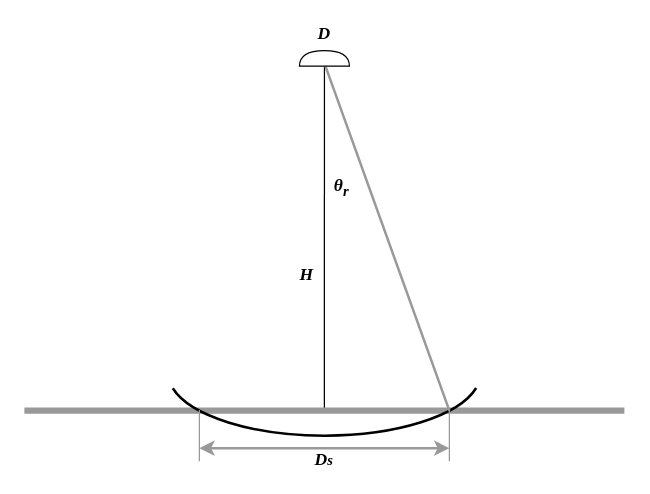
The draw.io diagram 7.2.drawio in skgiter/drawIO, before the edit. Source tidied: cells renumbered, new cells numbered last; positions are measured from the earlier drawing's top-left corner, leaving out a move shared by most shapes. Both pictures are drawn from the tidied source at 125%, with x=0, y=0 at pixel (24, 21).
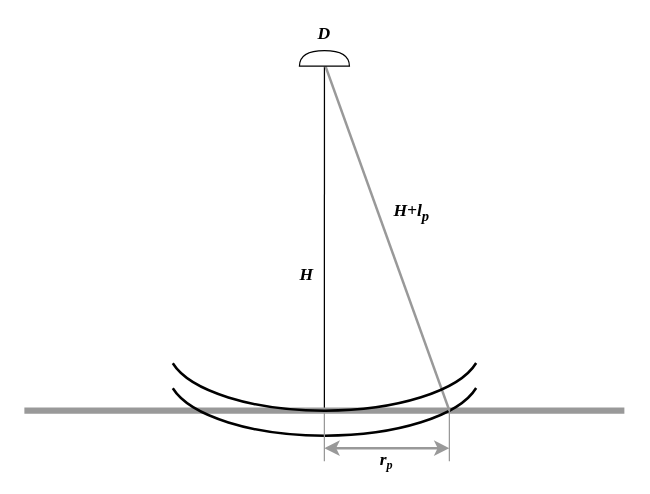
The same diagram, later.

Diff of the diagram source:
```diff
@@
 <mxGraphModel>
   <root>
     <mxCell id="0" />
     <mxCell id="1" parent="0" />
-    <mxCell id="2" style="endArrow=none;html=1;strokeWidth=1;entryX=0;entryY=0.5;entryDx=0;entryDy=0;entryPerimeter=0;exitX=0.5;exitY=0;exitDx=0;exitDy=0;" parent="1" edge="1" source="8" target="6">
+    <mxCell id="2" style="endArrow=none;html=1;strokeWidth=1;entryX=0;entryY=0.5;entryDx=0;entryDy=0;entryPerimeter=0;exitX=0;exitY=0;exitDx=0;exitDy=0;" parent="1" edge="1" source="8" target="6">
       <mxGeometry relative="1" as="geometry" />
     </mxCell>
     <mxCell id="3" style="endArrow=none;html=1;strokeWidth=5;strokeColor=#999999;" parent="1" edge="1">
       <mxGeometry relative="1" as="geometry">
         <mxPoint y="311" as="sourcePoint" />
         <mxPoint x="480" y="311" as="targetPoint" />
       </mxGeometry>
     </mxCell>
     <mxCell id="4" style="verticalLabelPosition=bottom;verticalAlign=top;html=1;shape=mxgraph.basic.arc;startAngle=0.2881918027317203;endAngle=0.7110104348113153;strokeWidth=2;" parent="1" vertex="1">
       <mxGeometry x="115" y="231" width="250" height="100" as="geometry" />
     </mxCell>
     <mxCell id="5" style="endArrow=none;html=1;strokeColor=#999999;strokeWidth=2;exitX=1;exitY=0;exitDx=0;exitDy=0;" parent="1" edge="1" source="8">
       <mxGeometry relative="1" as="geometry">
         <mxPoint x="240" y="33" as="targetPoint" />
       </mxGeometry>
     </mxCell>
     <mxCell id="6" style="shape=or;whiteSpace=wrap;html=1;strokeWidth=1;rotation=-90;" parent="1" vertex="1">
       <mxGeometry x="233.8" y="9.2" width="12.5" height="40" as="geometry" />
     </mxCell>
     <mxCell id="7" value="D" style="text;html=1;strokeColor=none;fillColor=none;align=center;verticalAlign=middle;whiteSpace=wrap;rounded=0;fontFamily=Times New Roman;fontStyle=3;fontSize=14;" parent="1" vertex="1">
       <mxGeometry x="220" width="40" height="20" as="geometry" />
     </mxCell>
     <mxCell id="8" style="shape=partialRectangle;whiteSpace=wrap;html=1;top=0;bottom=0;fillColor=none;fontFamily=Times New Roman;fontSize=14;strokeWidth=1;fontColor=#B3B3B3;strokeColor=#999999;" parent="1" vertex="1">
-      <mxGeometry x="140" y="311" width="200" height="40" as="geometry" />
+      <mxGeometry x="240" y="311" width="100" height="40" as="geometry" />
     </mxCell>
     <mxCell id="9" style="endArrow=classic;startArrow=classic;html=1;fontFamily=Times New Roman;fontSize=14;fontColor=#B3B3B3;strokeColor=#999999;strokeWidth=2;entryX=1;entryY=0.75;entryDx=0;entryDy=0;exitX=0;exitY=0.75;exitDx=0;exitDy=0;" parent="1" edge="1" source="8" target="8">
       <mxGeometry relative="1" as="geometry" />
     </mxCell>
-    <mxCell id="10" value="D&lt;span style=&quot;font-size: 11.6667px&quot;&gt;s&lt;/span&gt;" style="text;html=1;strokeColor=none;fillColor=none;align=center;verticalAlign=middle;whiteSpace=wrap;rounded=0;fontFamily=Times New Roman;fontStyle=3;fontSize=14;" parent="1" vertex="1">
-      <mxGeometry x="220" y="341" width="40" height="20" as="geometry" />
+    <mxCell id="10" value="r&lt;span style=&quot;font-size: 11.6667px&quot;&gt;&lt;sub&gt;p&lt;/sub&gt;&lt;/span&gt;" style="text;html=1;strokeColor=none;fillColor=none;align=center;verticalAlign=middle;whiteSpace=wrap;rounded=0;fontFamily=Times New Roman;fontStyle=3;fontSize=14;" parent="1" vertex="1">
+      <mxGeometry x="270" y="341" width="40" height="20" as="geometry" />
     </mxCell>
     <mxCell id="11" value="H" style="text;html=1;strokeColor=none;fillColor=none;align=center;verticalAlign=middle;whiteSpace=wrap;rounded=0;fontFamily=Times New Roman;fontStyle=3;fontSize=14;" parent="1" vertex="1">
       <mxGeometry x="206.2" y="193" width="40" height="20" as="geometry" />
     </mxCell>
-    <mxCell id="12" value="θ&lt;sub&gt;r&lt;/sub&gt;" style="text;html=1;strokeColor=none;fillColor=none;align=center;verticalAlign=middle;whiteSpace=wrap;rounded=0;fontFamily=Times New Roman;fontStyle=3;fontSize=14;" parent="1" vertex="1">
-      <mxGeometry x="233.8" y="123" width="40" height="20" as="geometry" />
+    <mxCell id="12" value="H+l&lt;sub&gt;p&lt;/sub&gt;" style="text;html=1;strokeColor=none;fillColor=none;align=center;verticalAlign=middle;whiteSpace=wrap;rounded=0;fontFamily=Times New Roman;fontStyle=3;fontSize=14;" parent="1" vertex="1">
+      <mxGeometry x="290" y="143" width="40" height="20" as="geometry" />
     </mxCell>
+    <mxCell id="13" style="verticalLabelPosition=bottom;verticalAlign=top;html=1;shape=mxgraph.basic.arc;startAngle=0.2881918027317203;endAngle=0.7110104348113153;strokeWidth=2;" parent="1" vertex="1">
+      <mxGeometry x="115" y="211" width="250" height="100" as="geometry" />
+    </mxCell>
   </root>
 </mxGraphModel>
```
